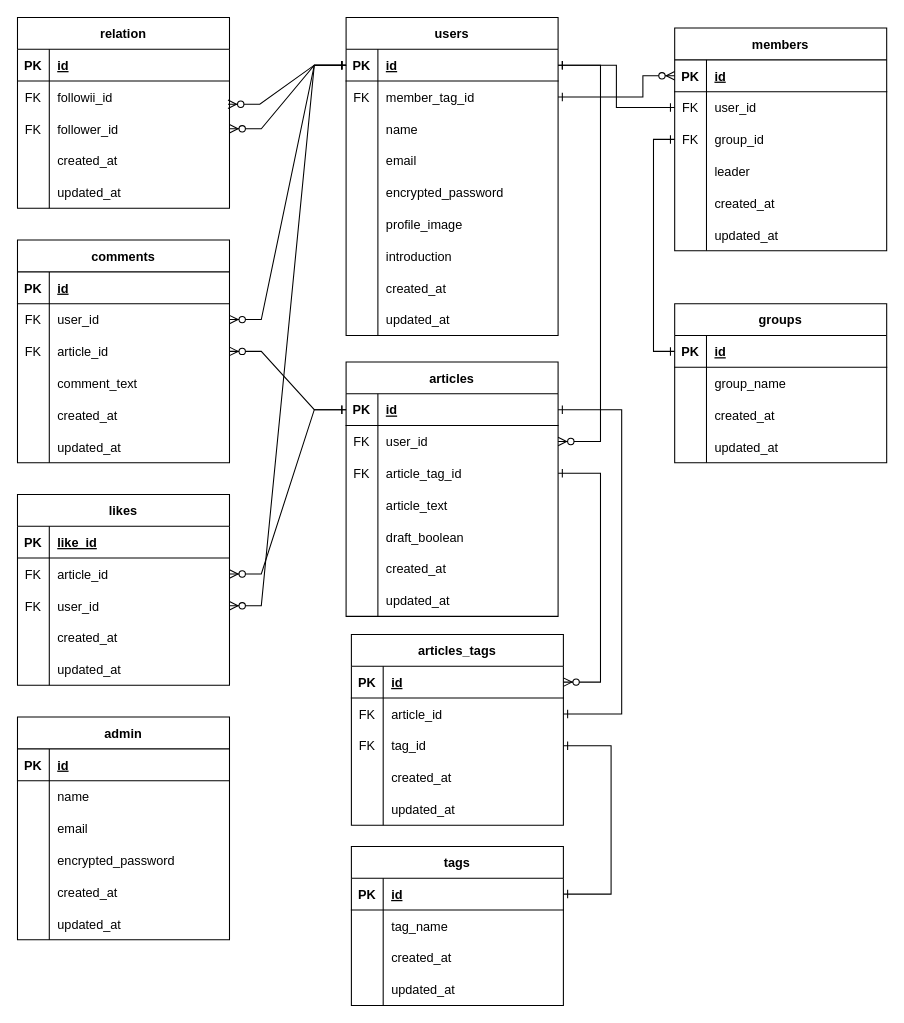
Earlier version of the draw.io diagram 継続はちから.drawio (mmmaaaariii/mygoal.ex). Source tidied: cells renumbered, new cells numbered last; positions are measured from the earlier drawing's top-left corner, leaving out a move shared by most shapes. Both pictures are drawn from the tidied source at 106%, with x=0, y=0 at pixel (17, 17).
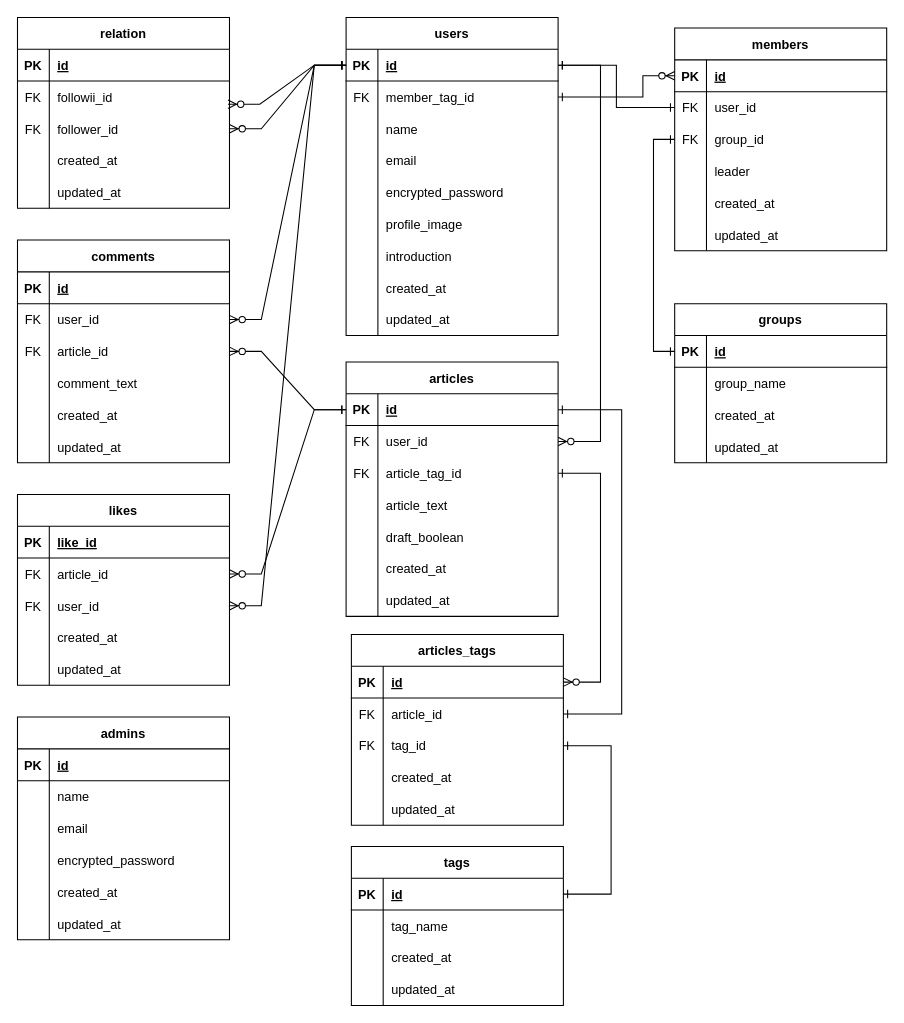
The same page after the edit.

Commit message:
継続はちから.drawio を更新します

The edit, as a diff of the source:
```diff
@@
-    <mxCell id="140" value="admin" style="shape=table;startSize=30;childLayout=tableLayout;rowLines=0;fontStyle=1;align=center;" parent="1" vertex="1">
+    <mxCell id="140" value="admins" style="shape=table;startSize=30;childLayout=tableLayout;rowLines=0;fontStyle=1;align=center;" parent="1" vertex="1">
       <mxGeometry y="660" width="200" height="210" as="geometry" />
     </mxCell>
```
